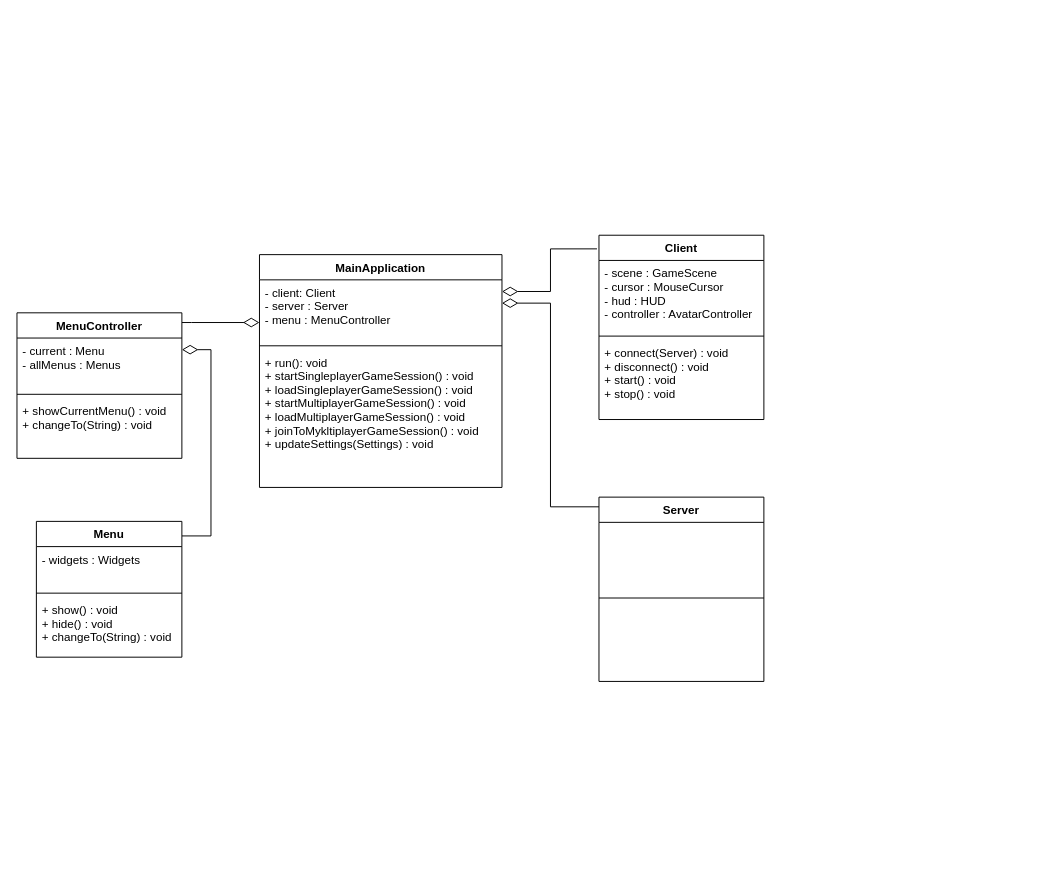
TadekBiela/heisttown keeps this draw.io diagram as doc/class_diagram.drawio. Above is the earlier version. Source tidied: cells renumbered, new cells numbered last; positions are measured from the earlier drawing's top-left corner, leaving out a move shared by most shapes. Both pictures are drawn from the tidied source at 97%, with x=0, y=0 at pixel (16, 235).
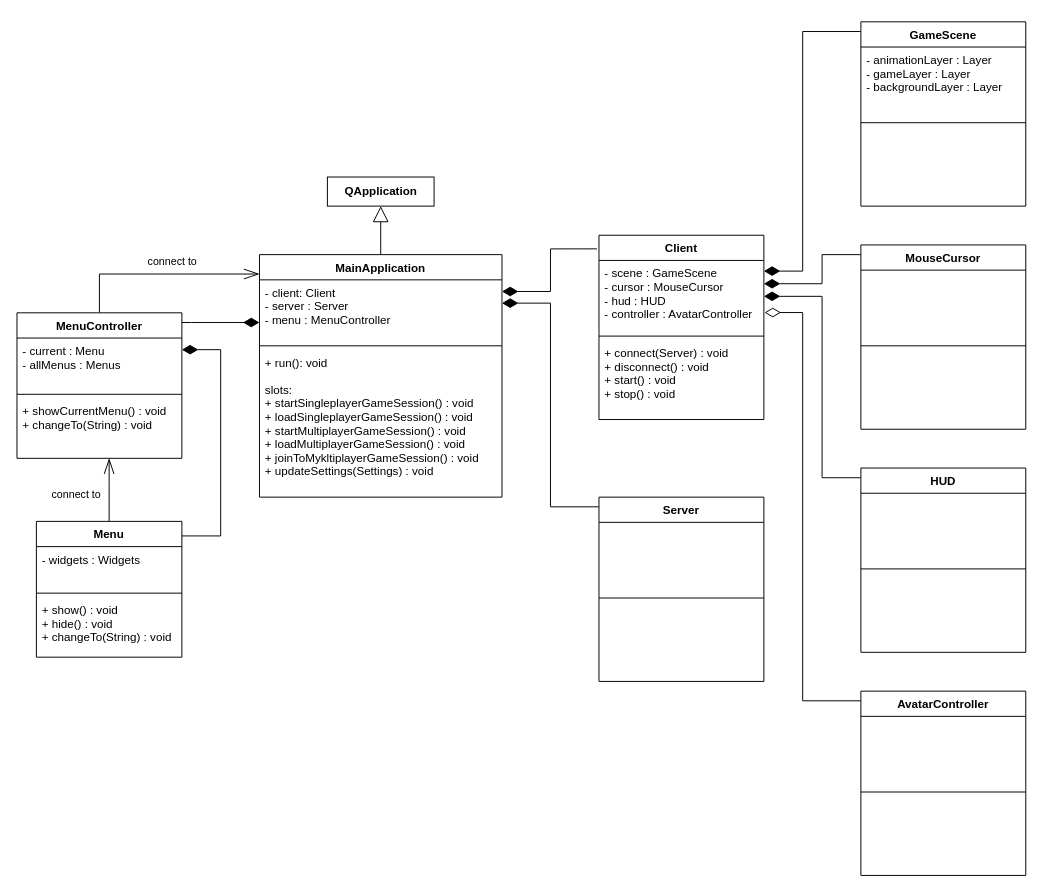
Above is the later version.

Commit message:
Added Client members classes

The change refers to these unchanged cells:
```xml
<mxCell id="3" value="- client: Client&#10;- server : Server&#10;- menu : MenuController" style="text;strokeColor=none;fillColor=none;align=left;verticalAlign=top;spacingLeft=4;spacingRight=4;overflow=hidden;points=[[0,0.5],[1,0.5]];portConstraint=eastwest;" parent="2" vertex="1">
  <mxGeometry y="26" width="250" height="64" as="geometry" />
</mxCell>
<mxCell id="6" value="Client" style="swimlane;fontStyle=1;align=center;verticalAlign=top;horizontal=1;startSize=26;" parent="1" vertex="1">
  <mxGeometry x="600" width="170" height="190" as="geometry" />
</mxCell>
<mxCell id="7" value="- scene : GameScene&#10;- cursor : MouseCursor&#10;- hud : HUD&#10;- controller : AvatarController" style="text;strokeColor=none;fillColor=none;align=left;verticalAlign=top;spacingLeft=4;spacingRight=4;overflow=hidden;points=[[0,0.5],[1,0.5]];portConstraint=eastwest;" parent="6" vertex="1">
  <mxGeometry y="26" width="170" height="74" as="geometry" />
</mxCell>
<mxCell id="12" value="MenuController" style="swimlane;fontStyle=1;align=center;verticalAlign=top;horizontal=1;startSize=26;" parent="1" vertex="1">
  <mxGeometry y="80" width="170" height="150" as="geometry" />
</mxCell>
<mxCell id="13" value="- current : Menu&#10;- allMenus : Menus" style="text;strokeColor=none;fillColor=none;align=left;verticalAlign=top;spacingLeft=4;spacingRight=4;overflow=hidden;points=[[0,0.5],[1,0.5]];portConstraint=eastwest;" parent="12" vertex="1">
  <mxGeometry y="26" width="170" height="54" as="geometry" />
</mxCell>
<mxCell id="17" value="Menu" style="swimlane;fontStyle=1;align=center;verticalAlign=top;horizontal=1;startSize=26;" parent="1" vertex="1">
  <mxGeometry x="20" y="295" width="150" height="140" as="geometry" />
</mxCell>
<mxCell id="22" value="Server" style="swimlane;fontStyle=1;align=center;verticalAlign=top;horizontal=1;startSize=26;" parent="1" vertex="1">
  <mxGeometry x="600" y="270" width="170" height="190" as="geometry" />
</mxCell>
```

Diff of the diagram source:
```diff
@@
+    <mxCell id="26" style="edgeStyle=orthogonalEdgeStyle;rounded=0;jettySize=auto;html=1;endArrow=block;endFill=0;endSize=14;" parent="1" edge="1" source="2" target="51">
+      <mxGeometry relative="1" as="geometry" />
+    </mxCell>
     <mxCell id="2" value="MainApplication" style="swimlane;fontStyle=1;align=center;verticalAlign=top;horizontal=1;startSize=26;" parent="1" vertex="1">
-      <mxGeometry x="250" y="20" width="250" height="240" as="geometry" />
+      <mxGeometry x="250" y="20" width="250" height="250" as="geometry" />
     </mxCell>
@@
-    <mxCell id="5" value="+ run(): void&#10;+ startSingleplayerGameSession() : void&#10;+ loadSingleplayerGameSession() : void&#10;+ startMultiplayerGameSession() : void&#10;+ loadMultiplayerGameSession() : void&#10;+ joinToMykltiplayerGameSession() : void&#10;+ updateSettings(Settings) : void" style="text;strokeColor=none;fillColor=none;align=left;verticalAlign=top;spacingLeft=4;spacingRight=4;overflow=hidden;" parent="2" vertex="1">
-      <mxGeometry y="98" width="250" height="142" as="geometry" />
+    <mxCell id="5" value="+ run(): void&#10;&#10;slots:&#10;+ startSingleplayerGameSession() : void&#10;+ loadSingleplayerGameSession() : void&#10;+ startMultiplayerGameSession() : void&#10;+ loadMultiplayerGameSession() : void&#10;+ joinToMykltiplayerGameSession() : void&#10;+ updateSettings(Settings) : void" style="text;strokeColor=none;fillColor=none;align=left;verticalAlign=top;spacingLeft=4;spacingRight=4;overflow=hidden;" parent="2" vertex="1">
+      <mxGeometry y="98" width="250" height="152" as="geometry" />
     </mxCell>
@@
-    <mxCell id="10" style="edgeStyle=orthogonalEdgeStyle;rounded=0;jettySize=auto;html=1;entryX=1;entryY=0.188;entryDx=0;entryDy=0;entryPerimeter=0;exitX=-0.012;exitY=0.074;exitDx=0;exitDy=0;exitPerimeter=0;endArrow=diamondThin;endFill=0;endSize=14;" parent="1" edge="1" source="6" target="3">
+    <mxCell id="10" style="edgeStyle=orthogonalEdgeStyle;rounded=0;jettySize=auto;html=1;entryX=1;entryY=0.188;entryDx=0;entryDy=0;entryPerimeter=0;exitX=-0.012;exitY=0.074;exitDx=0;exitDy=0;exitPerimeter=0;endArrow=diamondThin;endFill=1;endSize=14;" parent="1" edge="1" source="6" target="3">
       <mxGeometry relative="1" as="geometry">
         <Array as="points">
           <mxPoint x="550" y="14" />
           <mxPoint x="550" y="58" />
         </Array>
       </mxGeometry>
     </mxCell>
-    <mxCell id="11" style="edgeStyle=orthogonalEdgeStyle;rounded=0;jettySize=auto;html=1;endArrow=diamondThin;endFill=0;endSize=14;" parent="1" edge="1" source="12" target="3">
+    <mxCell id="11" style="edgeStyle=orthogonalEdgeStyle;rounded=0;jettySize=auto;html=1;endArrow=diamondThin;endFill=1;endSize=14;" parent="1" edge="1" source="12" target="3">
       <mxGeometry relative="1" as="geometry">
         <Array as="points">
           <mxPoint x="180" y="90" />
           <mxPoint x="180" y="90" />
         </Array>
       </mxGeometry>
     </mxCell>
+    <mxCell id="27" style="edgeStyle=orthogonalEdgeStyle;rounded=0;jettySize=auto;html=1;endArrow=openThin;endFill=0;endSize=14;" parent="1" edge="1" source="12" target="2">
+      <mxGeometry relative="1" as="geometry">
+        <Array as="points">
+          <mxPoint x="85" y="40" />
+        </Array>
+      </mxGeometry>
+    </mxCell>
+    <mxCell id="28" value="connect to" style="edgeLabel;html=1;align=center;verticalAlign=middle;" parent="27" vertex="1">
+      <mxGeometry x="0.11" y="-1" relative="1" as="geometry">
+        <mxPoint y="-15" as="offset" />
+      </mxGeometry>
+    </mxCell>
@@
-    <mxCell id="16" style="edgeStyle=orthogonalEdgeStyle;rounded=0;jettySize=auto;html=1;entryX=1;entryY=0.222;entryDx=0;entryDy=0;entryPerimeter=0;endArrow=diamondThin;endFill=0;endSize=14;" parent="1" edge="1" source="17" target="13">
+    <mxCell id="16" style="edgeStyle=orthogonalEdgeStyle;rounded=0;jettySize=auto;html=1;entryX=1;entryY=0.222;entryDx=0;entryDy=0;entryPerimeter=0;endArrow=diamondThin;endFill=1;endSize=14;" parent="1" edge="1" source="17" target="13">
       <mxGeometry relative="1" as="geometry">
         <Array as="points">
-          <mxPoint x="200" y="310" />
-          <mxPoint x="200" y="118" />
+          <mxPoint x="210" y="310" />
+          <mxPoint x="210" y="118" />
         </Array>
       </mxGeometry>
     </mxCell>
+    <mxCell id="29" style="edgeStyle=orthogonalEdgeStyle;rounded=0;jettySize=auto;html=1;endArrow=openThin;endFill=0;endSize=14;" parent="1" edge="1" source="17" target="12">
+      <mxGeometry relative="1" as="geometry">
+        <Array as="points">
+          <mxPoint x="95" y="260" />
+          <mxPoint x="95" y="260" />
+        </Array>
+      </mxGeometry>
+    </mxCell>
+    <mxCell id="30" value="connect to" style="edgeLabel;html=1;align=center;verticalAlign=middle;" parent="29" vertex="1">
+      <mxGeometry x="-0.21" y="-1" relative="1" as="geometry">
+        <mxPoint x="-36" y="-3" as="offset" />
+      </mxGeometry>
+    </mxCell>
@@
-    <mxCell id="21" style="edgeStyle=orthogonalEdgeStyle;rounded=0;jettySize=auto;html=1;endArrow=diamondThin;endFill=0;endSize=14;" parent="1" edge="1" source="22" target="3">
+    <mxCell id="21" style="edgeStyle=orthogonalEdgeStyle;rounded=0;jettySize=auto;html=1;endArrow=diamondThin;endFill=1;endSize=14;" parent="1" edge="1" source="22" target="3">
       <mxGeometry relative="1" as="geometry">
         <Array as="points">
           <mxPoint x="550" y="280" />
           <mxPoint x="550" y="70" />
         </Array>
       </mxGeometry>
     </mxCell>
@@
+    <mxCell id="31" style="edgeStyle=orthogonalEdgeStyle;rounded=0;jettySize=auto;html=1;endArrow=diamondThin;endFill=1;endSize=14;" parent="1" edge="1" source="32" target="7">
+      <mxGeometry relative="1" as="geometry">
+        <Array as="points">
+          <mxPoint x="810" y="-210" />
+          <mxPoint x="810" y="37" />
+        </Array>
+      </mxGeometry>
+    </mxCell>
+    <mxCell id="32" value="GameScene" style="swimlane;fontStyle=1;align=center;verticalAlign=top;horizontal=1;startSize=26;" parent="1" vertex="1">
+      <mxGeometry x="870" y="-220" width="170" height="190" as="geometry" />
+    </mxCell>
+    <mxCell id="33" value="- animationLayer : Layer&#10;- gameLayer : Layer&#10;- backgroundLayer : Layer&#10;" style="text;strokeColor=none;fillColor=none;align=left;verticalAlign=top;spacingLeft=4;spacingRight=4;overflow=hidden;" parent="32" vertex="1">
+      <mxGeometry y="26" width="170" height="74" as="geometry" />
+    </mxCell>
+    <mxCell id="34" style="line;strokeWidth=1;fillColor=none;align=left;verticalAlign=middle;spacingTop=-1;spacingLeft=3;spacingRight=3;labelPosition=right;" parent="32" vertex="1">
+      <mxGeometry y="100" width="170" height="8" as="geometry" />
+    </mxCell>
+    <mxCell id="35" value="&#10;&#10;&#10;" style="text;strokeColor=none;fillColor=none;align=left;verticalAlign=top;spacingLeft=4;spacingRight=4;overflow=hidden;" parent="32" vertex="1">
+      <mxGeometry y="108" width="170" height="82" as="geometry" />
+    </mxCell>
+    <mxCell id="36" style="edgeStyle=orthogonalEdgeStyle;rounded=0;jettySize=auto;html=1;endArrow=diamondThin;endFill=1;endSize=14;" parent="1" edge="1" source="37" target="7">
+      <mxGeometry relative="1" as="geometry">
+        <Array as="points">
+          <mxPoint x="830" y="20" />
+          <mxPoint x="830" y="50" />
+        </Array>
+      </mxGeometry>
+    </mxCell>
+    <mxCell id="37" value="MouseCursor" style="swimlane;fontStyle=1;align=center;verticalAlign=top;horizontal=1;startSize=26;" parent="1" vertex="1">
+      <mxGeometry x="870" y="10" width="170" height="190" as="geometry" />
+    </mxCell>
+    <mxCell id="38" value="&#10;&#10;&#10;&#10;" style="text;strokeColor=none;fillColor=none;align=left;verticalAlign=top;spacingLeft=4;spacingRight=4;overflow=hidden;" parent="37" vertex="1">
+      <mxGeometry y="26" width="170" height="74" as="geometry" />
+    </mxCell>
+    <mxCell id="39" style="line;strokeWidth=1;fillColor=none;align=left;verticalAlign=middle;spacingTop=-1;spacingLeft=3;spacingRight=3;labelPosition=right;" parent="37" vertex="1">
+      <mxGeometry y="100" width="170" height="8" as="geometry" />
+    </mxCell>
+    <mxCell id="40" value="&#10;&#10;&#10;" style="text;strokeColor=none;fillColor=none;align=left;verticalAlign=top;spacingLeft=4;spacingRight=4;overflow=hidden;" parent="37" vertex="1">
+      <mxGeometry y="108" width="170" height="82" as="geometry" />
+    </mxCell>
+    <mxCell id="41" style="edgeStyle=orthogonalEdgeStyle;rounded=0;jettySize=auto;html=1;endArrow=diamondThin;endFill=1;endSize=14;" parent="1" edge="1" source="42" target="7">
+      <mxGeometry relative="1" as="geometry">
+        <Array as="points">
+          <mxPoint x="830" y="250" />
+          <mxPoint x="830" y="63" />
+        </Array>
+      </mxGeometry>
+    </mxCell>
+    <mxCell id="42" value="HUD" style="swimlane;fontStyle=1;align=center;verticalAlign=top;horizontal=1;startSize=26;" parent="1" vertex="1">
+      <mxGeometry x="870" y="240" width="170" height="190" as="geometry" />
+    </mxCell>
+    <mxCell id="43" value="&#10;&#10;&#10;&#10;" style="text;strokeColor=none;fillColor=none;align=left;verticalAlign=top;spacingLeft=4;spacingRight=4;overflow=hidden;" parent="42" vertex="1">
+      <mxGeometry y="26" width="170" height="74" as="geometry" />
+    </mxCell>
+    <mxCell id="44" style="line;strokeWidth=1;fillColor=none;align=left;verticalAlign=middle;spacingTop=-1;spacingLeft=3;spacingRight=3;labelPosition=right;" parent="42" vertex="1">
+      <mxGeometry y="100" width="170" height="8" as="geometry" />
+    </mxCell>
+    <mxCell id="45" value="&#10;&#10;&#10;" style="text;strokeColor=none;fillColor=none;align=left;verticalAlign=top;spacingLeft=4;spacingRight=4;overflow=hidden;" parent="42" vertex="1">
+      <mxGeometry y="108" width="170" height="82" as="geometry" />
+    </mxCell>
+    <mxCell id="46" style="edgeStyle=orthogonalEdgeStyle;rounded=0;jettySize=auto;html=1;endArrow=diamondThin;endFill=0;endSize=14;entryX=1.004;entryY=0.726;entryDx=0;entryDy=0;entryPerimeter=0;" parent="1" edge="1" source="47" target="7">
+      <mxGeometry relative="1" as="geometry">
+        <Array as="points">
+          <mxPoint x="810" y="480" />
+          <mxPoint x="810" y="80" />
+        </Array>
+      </mxGeometry>
+    </mxCell>
+    <mxCell id="47" value="AvatarController" style="swimlane;fontStyle=1;align=center;verticalAlign=top;horizontal=1;startSize=26;" parent="1" vertex="1">
+      <mxGeometry x="870" y="470" width="170" height="190" as="geometry" />
+    </mxCell>
+    <mxCell id="48" value="&#10;&#10;&#10;&#10;" style="text;strokeColor=none;fillColor=none;align=left;verticalAlign=top;spacingLeft=4;spacingRight=4;overflow=hidden;" parent="47" vertex="1">
+      <mxGeometry y="26" width="170" height="74" as="geometry" />
+    </mxCell>
+    <mxCell id="49" style="line;strokeWidth=1;fillColor=none;align=left;verticalAlign=middle;spacingTop=-1;spacingLeft=3;spacingRight=3;labelPosition=right;" parent="47" vertex="1">
+      <mxGeometry y="100" width="170" height="8" as="geometry" />
+    </mxCell>
+    <mxCell id="50" value="&#10;&#10;&#10;" style="text;strokeColor=none;fillColor=none;align=left;verticalAlign=top;spacingLeft=4;spacingRight=4;overflow=hidden;" parent="47" vertex="1">
+      <mxGeometry y="108" width="170" height="82" as="geometry" />
+    </mxCell>
+    <mxCell id="51" value="&lt;b&gt;QApplication&lt;/b&gt;" style="html=1;" parent="1" vertex="1">
+      <mxGeometry x="320" y="-60" width="110" height="30" as="geometry" />
+    </mxCell>
```
